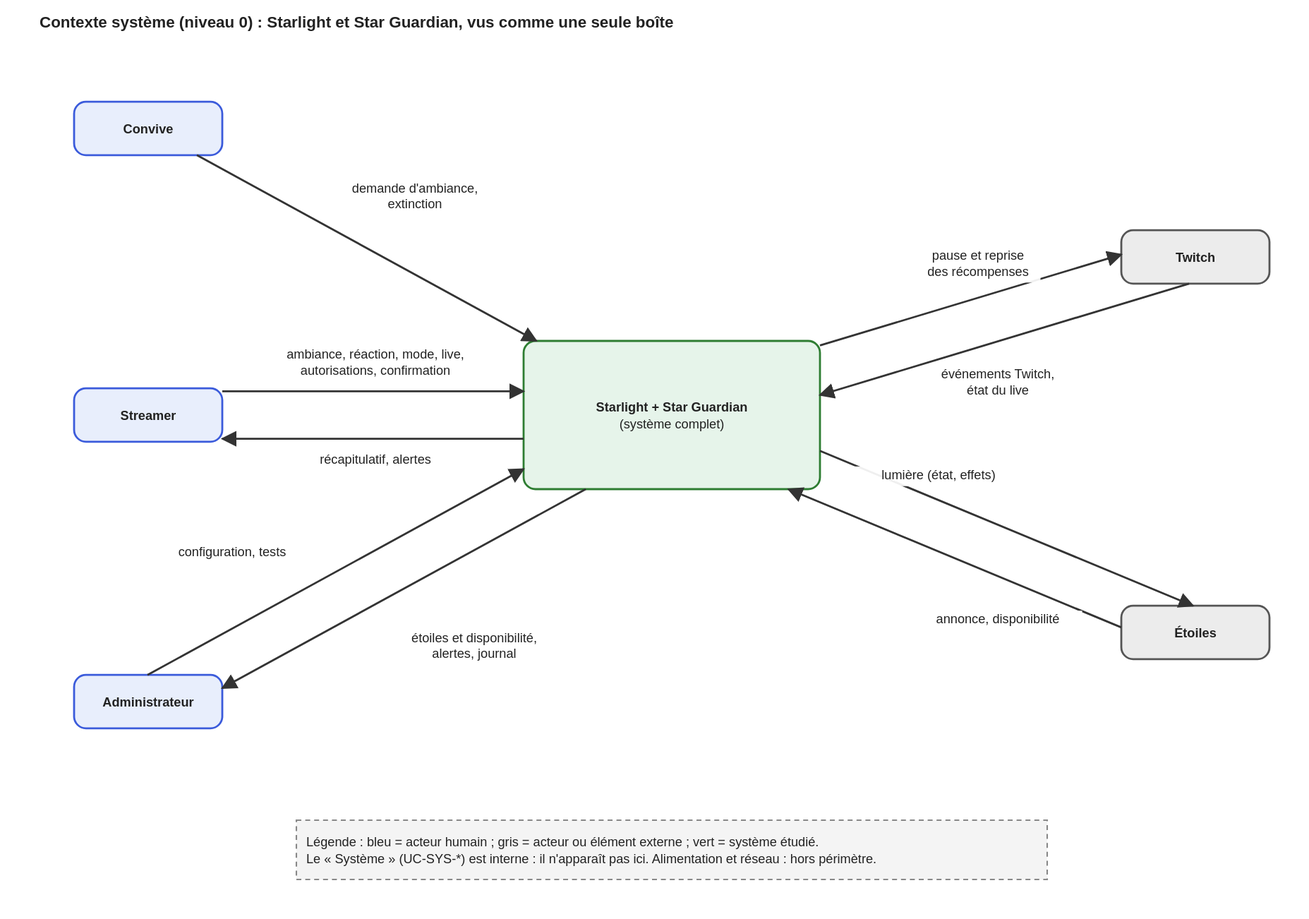
The draw.io diagram docs/02-specifications/contexte-systeme.drawio.svg in Has-san/Starlight, before a commit. Source tidied: cells renumbered, new cells last; positions are measured from the earlier drawing's top-left corner, leaving out a move shared by most shapes. The source it was exported from:
```xml
<mxGraphModel>
  <root>
    <mxCell id="0" />
    <mxCell id="1" parent="0" />
    <mxCell id="2" value="Convive" style="rounded=1;whiteSpace=wrap;html=1;fillColor=#e8eefc;strokeColor=#3b5bdb;strokeWidth=2;fontSize=13;" parent="1" vertex="1">
      <mxGeometry width="150" height="54" as="geometry" />
    </mxCell>
    <mxCell id="3" value="Streamer" style="rounded=1;whiteSpace=wrap;html=1;fillColor=#e8eefc;strokeColor=#3b5bdb;strokeWidth=2;fontSize=13;" parent="1" vertex="1">
      <mxGeometry y="290" width="150" height="54" as="geometry" />
    </mxCell>
    <mxCell id="4" value="Administrateur" style="rounded=1;whiteSpace=wrap;html=1;fillColor=#e8eefc;strokeColor=#3b5bdb;strokeWidth=2;fontSize=13;" parent="1" vertex="1">
      <mxGeometry y="580" width="150" height="54" as="geometry" />
    </mxCell>
    <mxCell id="5" value="Twitch" style="rounded=1;whiteSpace=wrap;html=1;fillColor=#ececec;strokeColor=#555555;strokeWidth=2;fontSize=13;" parent="1" vertex="1">
      <mxGeometry x="1060" y="130" width="150" height="54" as="geometry" />
    </mxCell>
    <mxCell id="6" value="Étoiles" style="rounded=1;whiteSpace=wrap;html=1;fillColor=#ececec;strokeColor=#555555;strokeWidth=2;fontSize=13;" parent="1" vertex="1">
      <mxGeometry x="1060" y="510" width="150" height="54" as="geometry" />
    </mxCell>
    <mxCell id="7" value="Starlight + Star Guardian&lt;br&gt;(système complet)" style="rounded=1;whiteSpace=wrap;html=1;fillColor=#e6f4ea;strokeColor=#2e7d32;strokeWidth=2;fontSize=13;" parent="1" vertex="1">
      <mxGeometry x="455" y="242" width="300" height="150" as="geometry" />
    </mxCell>
    <mxCell id="8" value="Légende : bleu = acteur humain ; gris = acteur ou élément externe ; vert = système étudié.&lt;br&gt;Le « Système » (UC-SYS-*) est interne : il n'apparaît pas ici. Alimentation et réseau : hors périmètre." style="rounded=0;dashed=1;align=left;spacingLeft=8;whiteSpace=wrap;html=1;fillColor=#f4f4f4;strokeColor=#888888;strokeWidth=2;fontSize=13;" parent="1" vertex="1">
      <mxGeometry x="225" y="727" width="760" height="60" as="geometry" />
    </mxCell>
    <mxCell id="9" value="demande d'ambiance,&lt;br&gt;extinction" style="edgeStyle=none;html=1;endArrow=block;strokeWidth=2;fontSize=13;labelBackgroundColor=#ffffff;" parent="1" edge="1" source="2" target="7">
      <mxGeometry relative="1" as="geometry" />
    </mxCell>
    <mxCell id="10" value="ambiance, réaction, mode, live,&lt;br&gt;autorisations, confirmation" style="edgeStyle=none;html=1;endArrow=block;strokeWidth=2;fontSize=13;labelBackgroundColor=#ffffff;" parent="1" edge="1" source="3" target="7">
      <mxGeometry relative="1" as="geometry">
        <Array as="points">
          <mxPoint x="75" y="293" />
          <mxPoint x="605" y="293" />
        </Array>
      </mxGeometry>
    </mxCell>
    <mxCell id="11" value="récapitulatif, alertes" style="edgeStyle=none;html=1;endArrow=block;strokeWidth=2;fontSize=13;labelBackgroundColor=#ffffff;" parent="1" edge="1" source="7" target="3">
      <mxGeometry relative="1" as="geometry">
        <Array as="points">
          <mxPoint x="605" y="341" />
          <mxPoint x="75" y="341" />
        </Array>
      </mxGeometry>
    </mxCell>
    <mxCell id="12" value="configuration, tests" style="edgeStyle=none;html=1;endArrow=block;strokeWidth=2;fontSize=13;labelBackgroundColor=#ffffff;" parent="1" edge="1" source="4" target="7">
      <mxGeometry relative="1" as="geometry">
        <Array as="points">
          <mxPoint x="63.5" y="585.9" />
          <mxPoint x="593.5" y="295.9" />
        </Array>
      </mxGeometry>
    </mxCell>
    <mxCell id="13" value="étoiles et disponibilité,&lt;br&gt;alertes, journal" style="edgeStyle=none;html=1;endArrow=block;strokeWidth=2;fontSize=13;labelBackgroundColor=#ffffff;" parent="1" edge="1" source="7" target="4">
      <mxGeometry relative="1" as="geometry">
        <Array as="points">
          <mxPoint x="616.5" y="338.1" />
          <mxPoint x="86.5" y="628.1" />
        </Array>
      </mxGeometry>
    </mxCell>
    <mxCell id="14" value="événements Twitch,&lt;br&gt;état du live" style="edgeStyle=none;html=1;endArrow=block;strokeWidth=2;fontSize=13;labelBackgroundColor=#ffffff;" parent="1" edge="1" source="5" target="7">
      <mxGeometry relative="1" as="geometry">
        <Array as="points">
          <mxPoint x="1141.9" y="180" />
          <mxPoint x="611.9" y="340" />
        </Array>
      </mxGeometry>
    </mxCell>
    <mxCell id="15" value="pause et reprise&lt;br&gt;des récompenses" style="edgeStyle=none;html=1;endArrow=block;strokeWidth=2;fontSize=13;labelBackgroundColor=#ffffff;" parent="1" edge="1" source="7" target="5">
      <mxGeometry relative="1" as="geometry">
        <Array as="points">
          <mxPoint x="598.1" y="294" />
          <mxPoint x="1128.1" y="134" />
        </Array>
      </mxGeometry>
    </mxCell>
    <mxCell id="16" value="lumière (état, effets)" style="edgeStyle=none;html=1;endArrow=block;strokeWidth=2;fontSize=13;labelBackgroundColor=#ffffff;" parent="1" edge="1" source="7" target="6">
      <mxGeometry relative="1" as="geometry">
        <Array as="points">
          <mxPoint x="614.2" y="294.8" />
          <mxPoint x="1144.2" y="514.8" />
        </Array>
      </mxGeometry>
    </mxCell>
    <mxCell id="17" value="annonce, disponibilité" style="edgeStyle=none;html=1;endArrow=block;strokeWidth=2;fontSize=13;labelBackgroundColor=#ffffff;" parent="1" edge="1" source="6" target="7">
      <mxGeometry relative="1" as="geometry">
        <Array as="points">
          <mxPoint x="1125.8" y="559.2" />
          <mxPoint x="595.8" y="339.2" />
        </Array>
      </mxGeometry>
    </mxCell>
  </root>
</mxGraphModel>
```
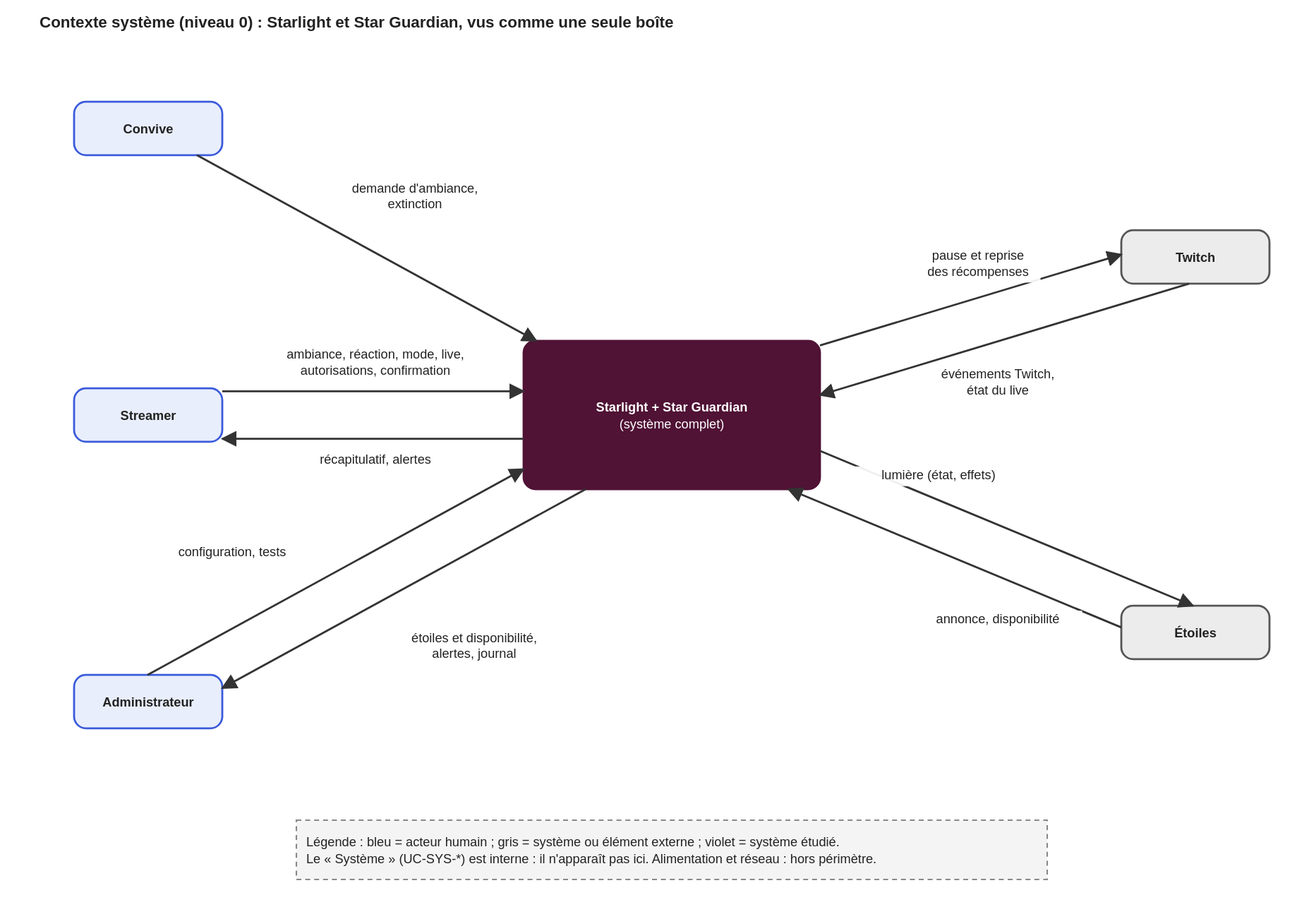
After the change.

Commit message:
docs: afficher le système étudié en violet (#501235) sur le schéma de contexte

Claude-Session: https://claude.ai/code/session_019Qt1ZNcs26i7ZgavyR8azT

What changed in the source:
```diff
@@ -17,10 +17,10 @@
     <mxCell id="6" value="Étoiles" style="rounded=1;whiteSpace=wrap;html=1;fillColor=#ececec;strokeColor=#555555;strokeWidth=2;fontSize=13;" parent="1" vertex="1">
       <mxGeometry x="1060" y="510" width="150" height="54" as="geometry" />
     </mxCell>
-    <mxCell id="7" value="Starlight + Star Guardian&lt;br&gt;(système complet)" style="rounded=1;whiteSpace=wrap;html=1;fillColor=#e6f4ea;strokeColor=#2e7d32;strokeWidth=2;fontSize=13;" parent="1" vertex="1">
+    <mxCell id="7" value="Starlight + Star Guardian&lt;br&gt;(système complet)" style="rounded=1;whiteSpace=wrap;html=1;fillColor=#501235;strokeColor=#501235;strokeWidth=2;fontSize=13;fontColor=#ffffff;" parent="1" vertex="1">
       <mxGeometry x="455" y="242" width="300" height="150" as="geometry" />
     </mxCell>
-    <mxCell id="8" value="Légende : bleu = acteur humain ; gris = acteur ou élément externe ; vert = système étudié.&lt;br&gt;Le « Système » (UC-SYS-*) est interne : il n'apparaît pas ici. Alimentation et réseau : hors périmètre." style="rounded=0;dashed=1;align=left;spacingLeft=8;whiteSpace=wrap;html=1;fillColor=#f4f4f4;strokeColor=#888888;strokeWidth=2;fontSize=13;" parent="1" vertex="1">
+    <mxCell id="8" value="Légende : bleu = acteur humain ; gris = système ou élément externe ; violet = système étudié.&lt;br&gt;Le « Système » (UC-SYS-*) est interne : il n'apparaît pas ici. Alimentation et réseau : hors périmètre." style="rounded=0;dashed=1;align=left;spacingLeft=8;whiteSpace=wrap;html=1;fillColor=#f4f4f4;strokeColor=#888888;strokeWidth=2;fontSize=13;" parent="1" vertex="1">
       <mxGeometry x="225" y="727" width="760" height="60" as="geometry" />
     </mxCell>
     <mxCell id="9" value="demande d'ambiance,&lt;br&gt;extinction" style="edgeStyle=none;html=1;endArrow=block;strokeWidth=2;fontSize=13;labelBackgroundColor=#ffffff;" parent="1" edge="1" source="2" target="7">
```
